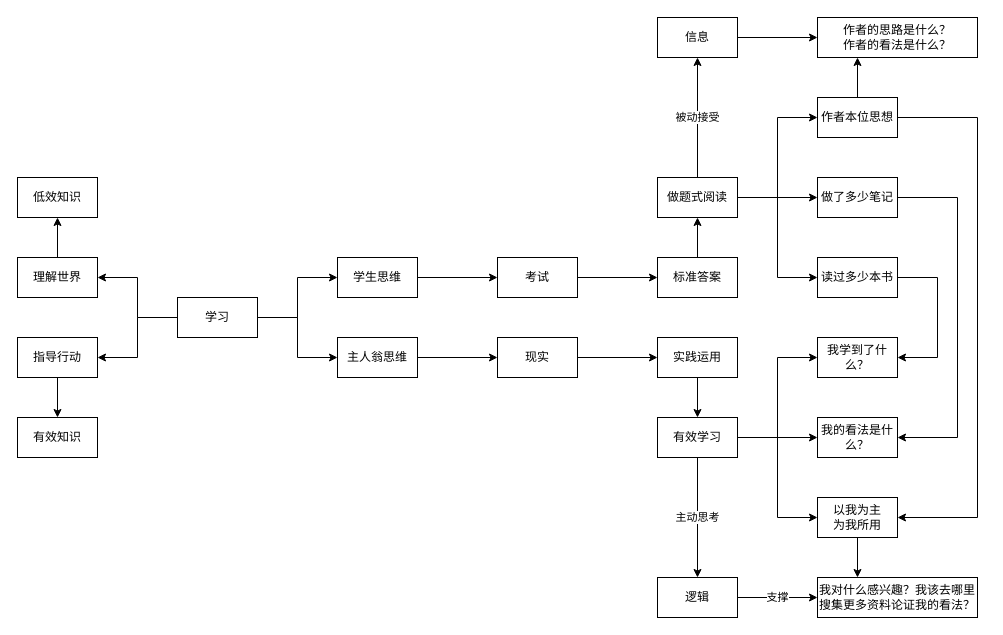
The draw.io diagram 高效学习.drawio in youyusan/open_mind, before the edit. Source tidied: cells renumbered, new cells numbered last; positions are measured from the earlier drawing's top-left corner, leaving out a move shared by most shapes. Both pictures are drawn from the tidied source at 100%, with x=0, y=0 at pixel (17, 17).
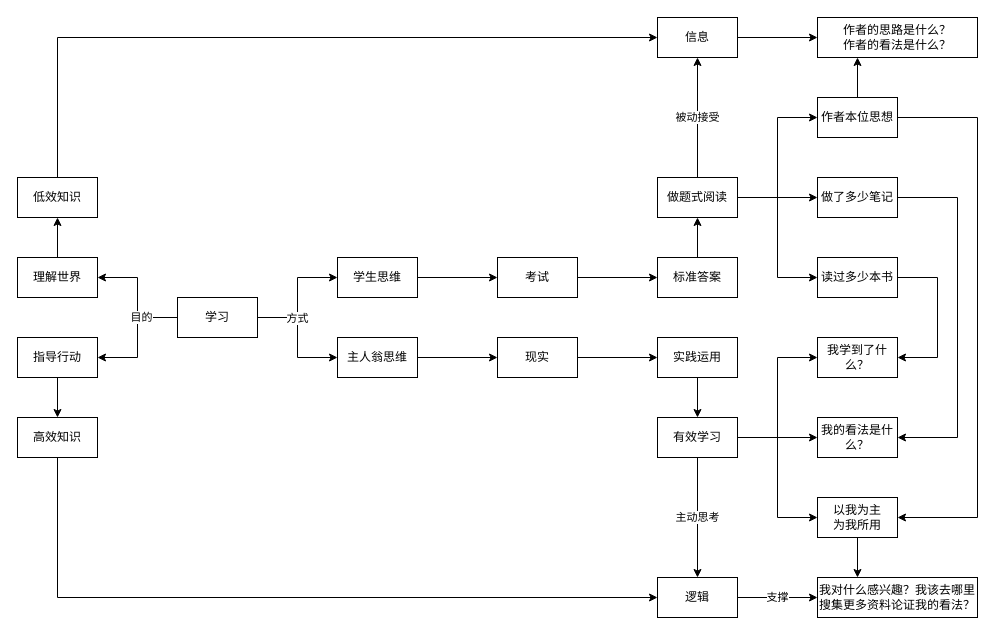
The same page after the edit.

Commit message (it also covers changes not shown here):
更新高效学习.drawio

The change refers to these unchanged cells:
```xml
<mxCell id="5" style="edgeStyle=orthogonalEdgeStyle;rounded=0;jettySize=auto;html=1;entryX=0;entryY=0.5;entryDx=0;entryDy=0;" parent="1" edge="1" source="8" target="18">
  <mxGeometry relative="1" as="geometry" />
</mxCell>
<mxCell id="7" style="edgeStyle=orthogonalEdgeStyle;rounded=0;jettySize=auto;html=1;entryX=1;entryY=0.5;entryDx=0;entryDy=0;" parent="1" edge="1" source="8" target="49">
  <mxGeometry relative="1" as="geometry" />
</mxCell>
<mxCell id="43" value="逻辑" style="rounded=0;whiteSpace=wrap;html=1;" parent="1" vertex="1">
  <mxGeometry x="640" y="560" width="80" height="40" as="geometry" />
</mxCell>
<mxCell id="45" value="信息" style="rounded=0;whiteSpace=wrap;html=1;" parent="1" vertex="1">
  <mxGeometry x="640" width="80" height="40" as="geometry" />
</mxCell>
<mxCell id="51" value="低效知识" style="rounded=0;whiteSpace=wrap;html=1;" parent="1" vertex="1">
  <mxGeometry y="160" width="80" height="40" as="geometry" />
</mxCell>
```

Diff of the diagram source:
```diff
@@
+    <mxCell id="52" value="方式" style="edgeLabel;html=1;align=center;verticalAlign=middle;" parent="5" vertex="1">
+      <mxGeometry x="-0.33" relative="1" as="geometry">
+        <mxPoint x="-1" as="offset" />
+      </mxGeometry>
+    </mxCell>
@@
+    <mxCell id="53" value="目的" style="edgeLabel;html=1;align=center;verticalAlign=middle;" parent="7" vertex="1">
+      <mxGeometry x="-0.38" y="-1" relative="1" as="geometry" />
+    </mxCell>
@@
+    <mxCell id="54" style="edgeStyle=orthogonalEdgeStyle;rounded=0;jettySize=auto;html=1;entryX=0;entryY=0.5;entryDx=0;entryDy=0;" parent="1" edge="1" source="50" target="43">
+      <mxGeometry relative="1" as="geometry">
+        <Array as="points">
+          <mxPoint x="40" y="580" />
+        </Array>
+      </mxGeometry>
+    </mxCell>
-    <mxCell id="50" value="有效知识" style="rounded=0;whiteSpace=wrap;html=1;" parent="1" vertex="1">
+    <mxCell id="50" value="高效知识" style="rounded=0;whiteSpace=wrap;html=1;" parent="1" vertex="1">
       <mxGeometry y="400" width="80" height="40" as="geometry" />
     </mxCell>
+    <mxCell id="55" style="edgeStyle=orthogonalEdgeStyle;rounded=0;jettySize=auto;html=1;entryX=0;entryY=0.5;entryDx=0;entryDy=0;" parent="1" edge="1" source="51" target="45">
+      <mxGeometry relative="1" as="geometry">
+        <Array as="points">
+          <mxPoint x="40" y="20" />
+        </Array>
+      </mxGeometry>
+    </mxCell>
```
